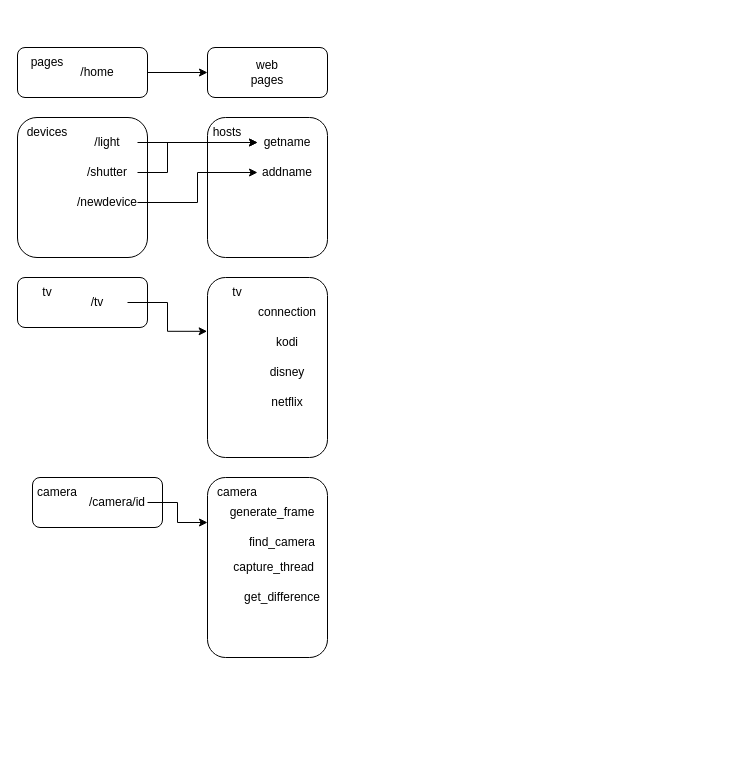
rockettarofigo/freehome keeps this draw.io diagram as documents/freehome.drawio. Above is the earlier version. Source tidied: cells renumbered, new cells numbered last; positions are measured from the earlier drawing's top-left corner, leaving out a move shared by most shapes. Both pictures are drawn from the tidied source at 100%, with x=0, y=0 at pixel (17, 47).
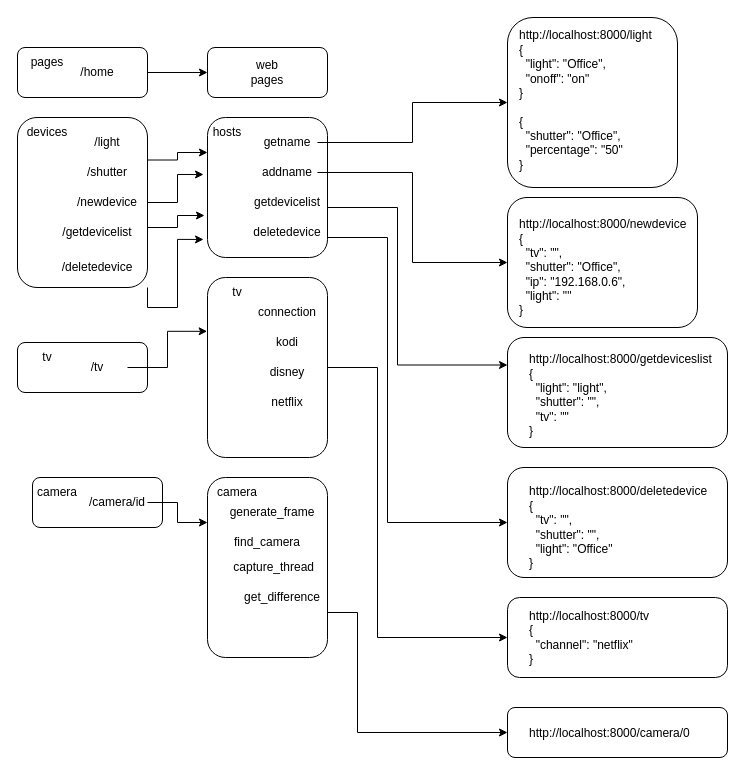
The same page after the edit.

Unchanged cells that the change refers to:
```xml
<mxCell id="2" style="rounded=1;whiteSpace=wrap;html=1;" parent="1" vertex="1">
  <mxGeometry x="190" y="70" width="120" height="140" as="geometry" />
</mxCell>
<mxCell id="8" value="/light" style="text;html=1;strokeColor=none;fillColor=none;align=center;verticalAlign=middle;whiteSpace=wrap;rounded=0;" parent="1" vertex="1">
  <mxGeometry x="60" y="80" width="60" height="30" as="geometry" />
</mxCell>
<mxCell id="11" value="/shutter" style="text;html=1;strokeColor=none;fillColor=none;align=center;verticalAlign=middle;whiteSpace=wrap;rounded=0;" parent="1" vertex="1">
  <mxGeometry x="60" y="110" width="60" height="30" as="geometry" />
</mxCell>
<mxCell id="13" value="/newdevice" style="text;html=1;strokeColor=none;fillColor=none;align=center;verticalAlign=middle;whiteSpace=wrap;rounded=0;" parent="1" vertex="1">
  <mxGeometry x="60" y="140" width="60" height="30" as="geometry" />
</mxCell>
<mxCell id="15" value="getname" style="text;html=1;strokeColor=none;fillColor=none;align=center;verticalAlign=middle;whiteSpace=wrap;rounded=0;" parent="1" vertex="1">
  <mxGeometry x="240" y="80" width="60" height="30" as="geometry" />
</mxCell>
<mxCell id="16" value="addname" style="text;html=1;strokeColor=none;fillColor=none;align=center;verticalAlign=middle;whiteSpace=wrap;rounded=0;" parent="1" vertex="1">
  <mxGeometry x="240" y="110" width="60" height="30" as="geometry" />
</mxCell>
<mxCell id="21" style="rounded=1;whiteSpace=wrap;html=1;" parent="1" vertex="1">
  <mxGeometry x="190" y="230" width="120" height="180" as="geometry" />
</mxCell>
<mxCell id="31" style="rounded=1;whiteSpace=wrap;html=1;" parent="1" vertex="1">
  <mxGeometry x="190" y="430" width="120" height="180" as="geometry" />
</mxCell>
```

Diff of the diagram source:
```diff
@@
+    <mxCell id="40" style="rounded=1;whiteSpace=wrap;html=1;" parent="1" vertex="1">
+      <mxGeometry x="490" y="150" width="190" height="130" as="geometry" />
+    </mxCell>
+    <mxCell id="41" style="rounded=1;whiteSpace=wrap;html=1;" parent="1" vertex="1">
+      <mxGeometry x="490" y="-30" width="170" height="170" as="geometry" />
+    </mxCell>
+    <mxCell id="42" style="edgeStyle=orthogonalEdgeStyle;rounded=0;jettySize=auto;html=1;exitX=1;exitY=0.75;exitDx=0;exitDy=0;entryX=0;entryY=0.25;entryDx=0;entryDy=0;" parent="1" edge="1" source="2" target="58">
+      <mxGeometry relative="1" as="geometry">
+        <Array as="points">
+          <mxPoint x="310" y="160" />
+          <mxPoint x="380" y="160" />
+          <mxPoint x="380" y="318" />
+        </Array>
+      </mxGeometry>
+    </mxCell>
+    <mxCell id="43" style="edgeStyle=orthogonalEdgeStyle;rounded=0;jettySize=auto;html=1;exitX=1;exitY=0.75;exitDx=0;exitDy=0;entryX=0;entryY=0.5;entryDx=0;entryDy=0;" parent="1" edge="1" source="2" target="60">
+      <mxGeometry relative="1" as="geometry">
+        <Array as="points">
+          <mxPoint x="310" y="190" />
+          <mxPoint x="370" y="190" />
+          <mxPoint x="370" y="475" />
+        </Array>
+      </mxGeometry>
+    </mxCell>
@@
+    <mxCell id="44" style="edgeStyle=orthogonalEdgeStyle;rounded=0;jettySize=auto;html=1;exitX=1;exitY=0.75;exitDx=0;exitDy=0;entryX=-0.025;entryY=0.7;entryDx=0;entryDy=0;entryPerimeter=0;" parent="1" edge="1" source="7" target="2">
+      <mxGeometry relative="1" as="geometry">
+        <Array as="points">
+          <mxPoint x="130" y="180" />
+          <mxPoint x="160" y="180" />
+          <mxPoint x="160" y="168" />
+        </Array>
+      </mxGeometry>
+    </mxCell>
+    <mxCell id="45" style="edgeStyle=orthogonalEdgeStyle;rounded=0;jettySize=auto;html=1;exitX=1;exitY=1;exitDx=0;exitDy=0;entryX=-0.033;entryY=0.871;entryDx=0;entryDy=0;entryPerimeter=0;" parent="1" edge="1" source="7" target="2">
+      <mxGeometry relative="1" as="geometry" />
+    </mxCell>
+    <mxCell id="46" style="edgeStyle=orthogonalEdgeStyle;rounded=0;jettySize=auto;html=1;exitX=1;exitY=0.5;exitDx=0;exitDy=0;entryX=-0.033;entryY=0.407;entryDx=0;entryDy=0;entryPerimeter=0;" parent="1" edge="1" source="7" target="2">
+      <mxGeometry relative="1" as="geometry" />
+    </mxCell>
+    <mxCell id="47" style="edgeStyle=orthogonalEdgeStyle;rounded=0;jettySize=auto;html=1;exitX=1;exitY=0.25;exitDx=0;exitDy=0;entryX=0;entryY=0.25;entryDx=0;entryDy=0;" parent="1" edge="1" source="7" target="2">
+      <mxGeometry relative="1" as="geometry" />
+    </mxCell>
     <mxCell id="7" style="rounded=1;whiteSpace=wrap;html=1;" parent="1" vertex="1">
-      <mxGeometry y="70" width="130" height="140" as="geometry" />
+      <mxGeometry y="70" width="130" height="170" as="geometry" />
     </mxCell>
@@
-    <mxCell id="10" style="edgeStyle=orthogonalEdgeStyle;rounded=0;jettySize=auto;html=1;exitX=1;exitY=0.5;exitDx=0;exitDy=0;fontFamily=Helvetica;fontColor=#000000;" parent="1" edge="1" source="11" target="15">
-      <mxGeometry relative="1" as="geometry">
-        <Array as="points">
-          <mxPoint x="150" y="125" />
-          <mxPoint x="150" y="95" />
-        </Array>
-      </mxGeometry>
-    </mxCell>
@@
-    <mxCell id="12" style="edgeStyle=orthogonalEdgeStyle;rounded=0;jettySize=auto;html=1;exitX=1;exitY=0.5;exitDx=0;exitDy=0;entryX=0;entryY=0.5;entryDx=0;entryDy=0;fontFamily=Helvetica;fontColor=#000000;" parent="1" edge="1" source="13" target="16">
-      <mxGeometry relative="1" as="geometry" />
-    </mxCell>
@@
+    <mxCell id="48" style="edgeStyle=orthogonalEdgeStyle;rounded=0;jettySize=auto;html=1;exitX=1;exitY=0.5;exitDx=0;exitDy=0;entryX=0;entryY=0.5;entryDx=0;entryDy=0;" parent="1" edge="1" source="15" target="41">
+      <mxGeometry relative="1" as="geometry" />
+    </mxCell>
@@
+    <mxCell id="49" style="edgeStyle=orthogonalEdgeStyle;rounded=0;jettySize=auto;html=1;exitX=1;exitY=0.5;exitDx=0;exitDy=0;entryX=0;entryY=0.5;entryDx=0;entryDy=0;" parent="1" edge="1" source="16" target="40">
+      <mxGeometry relative="1" as="geometry" />
+    </mxCell>
@@
     <mxCell id="17" style="rounded=1;whiteSpace=wrap;html=1;" parent="1" vertex="1">
-      <mxGeometry y="230" width="130" height="50" as="geometry" />
+      <mxGeometry y="295" width="130" height="50" as="geometry" />
     </mxCell>
@@
     <mxCell id="19" value="/tv" style="text;html=1;strokeColor=none;fillColor=none;align=center;verticalAlign=middle;whiteSpace=wrap;rounded=0;" parent="1" vertex="1">
-      <mxGeometry x="50" y="240" width="60" height="30" as="geometry" />
+      <mxGeometry x="50" y="305" width="60" height="30" as="geometry" />
     </mxCell>
     <mxCell id="20" value="tv" style="text;html=1;strokeColor=none;fillColor=none;align=center;verticalAlign=middle;whiteSpace=wrap;rounded=0;" parent="1" vertex="1">
-      <mxGeometry y="230" width="60" height="30" as="geometry" />
+      <mxGeometry y="295" width="60" height="30" as="geometry" />
     </mxCell>
+    <mxCell id="50" style="edgeStyle=orthogonalEdgeStyle;rounded=0;jettySize=auto;html=1;exitX=1;exitY=0.5;exitDx=0;exitDy=0;entryX=0;entryY=0.5;entryDx=0;entryDy=0;" parent="1" edge="1" source="21" target="62">
+      <mxGeometry relative="1" as="geometry">
+        <Array as="points">
+          <mxPoint x="360" y="320" />
+          <mxPoint x="360" y="590" />
+        </Array>
+      </mxGeometry>
+    </mxCell>
@@
+    <mxCell id="51" style="edgeStyle=orthogonalEdgeStyle;rounded=0;jettySize=auto;html=1;exitX=1;exitY=0.75;exitDx=0;exitDy=0;entryX=0;entryY=0.5;entryDx=0;entryDy=0;" parent="1" edge="1" source="31" target="64">
+      <mxGeometry relative="1" as="geometry">
+        <Array as="points">
+          <mxPoint x="340" y="565" />
+          <mxPoint x="340" y="685" />
+        </Array>
+      </mxGeometry>
+    </mxCell>
@@
     <mxCell id="34" value="find_camera" style="text;html=1;strokeColor=none;fillColor=none;align=center;verticalAlign=middle;whiteSpace=wrap;rounded=0;" parent="1" vertex="1">
-      <mxGeometry x="220" y="480" width="90" height="30" as="geometry" />
+      <mxGeometry x="205" y="480" width="90" height="30" as="geometry" />
     </mxCell>
@@
-    <mxCell id="37" style="edgeStyle=orthogonalEdgeStyle;rounded=0;jettySize=auto;html=1;exitX=1;exitY=0.5;exitDx=0;exitDy=0;entryX=0;entryY=0.5;entryDx=0;entryDy=0;fontFamily=Helvetica;fontColor=#000000;" parent="1" edge="1" source="8" target="15">
-      <mxGeometry relative="1" as="geometry" />
-    </mxCell>
@@
+    <mxCell id="52" value="&lt;div&gt;http://localhost:8000/light&lt;/div&gt;&lt;div&gt;{&lt;/div&gt;&lt;div&gt;&amp;nbsp; &quot;light&quot;: &quot;Office&quot;,&lt;/div&gt;&lt;div&gt;&amp;nbsp; &quot;onoff&quot;: &quot;on&quot;&lt;/div&gt;&lt;div&gt;}&lt;/div&gt;&lt;div&gt;&lt;br&gt;&lt;/div&gt;&lt;div&gt;{&lt;/div&gt;&lt;div&gt;&amp;nbsp; &quot;shutter&quot;: &quot;Office&quot;,&lt;/div&gt;&amp;nbsp; &quot;percentage&quot;: &quot;50&quot;&lt;div&gt;&lt;span style=&quot;background-color: initial;&quot;&gt;}&lt;/span&gt;&lt;br&gt;&lt;/div&gt;&lt;div&gt;&lt;br&gt;&lt;/div&gt;" style="text;html=1;strokeColor=none;fillColor=none;align=left;verticalAlign=middle;whiteSpace=wrap;rounded=0;" parent="1" vertex="1">
+      <mxGeometry x="500" y="-20" width="150" height="160" as="geometry" />
+    </mxCell>
+    <mxCell id="53" value="&lt;div&gt;&lt;div&gt;http://localhost:8000/newdevice&lt;/div&gt;&lt;div&gt;{&lt;/div&gt;&lt;div&gt;&amp;nbsp; &quot;tv&quot;: &quot;&quot;,&lt;/div&gt;&lt;div&gt;&amp;nbsp; &quot;shutter&quot;: &quot;Office&quot;,&lt;/div&gt;&lt;div&gt;&amp;nbsp; &quot;ip&quot;: &quot;192.168.0.6&quot;,&amp;nbsp;&lt;/div&gt;&lt;div&gt;&amp;nbsp; &quot;light&quot;: &quot;&quot;&lt;/div&gt;&lt;div&gt;}&lt;/div&gt;&lt;/div&gt;" style="text;html=1;strokeColor=none;fillColor=none;align=left;verticalAlign=middle;whiteSpace=wrap;rounded=0;" parent="1" vertex="1">
+      <mxGeometry x="500" y="150" width="180" height="140" as="geometry" />
+    </mxCell>
+    <mxCell id="54" value="/deletedevice" style="text;html=1;strokeColor=none;fillColor=none;align=center;verticalAlign=middle;whiteSpace=wrap;rounded=0;" parent="1" vertex="1">
+      <mxGeometry x="50" y="205" width="60" height="30" as="geometry" />
+    </mxCell>
+    <mxCell id="55" value="getdevicelist" style="text;html=1;strokeColor=none;fillColor=none;align=center;verticalAlign=middle;whiteSpace=wrap;rounded=0;" parent="1" vertex="1">
+      <mxGeometry x="240" y="140" width="60" height="30" as="geometry" />
+    </mxCell>
+    <mxCell id="56" value="deletedevice" style="text;html=1;strokeColor=none;fillColor=none;align=center;verticalAlign=middle;whiteSpace=wrap;rounded=0;" parent="1" vertex="1">
+      <mxGeometry x="240" y="170" width="60" height="30" as="geometry" />
+    </mxCell>
+    <mxCell id="57" value="/getdevicelist" style="text;html=1;strokeColor=none;fillColor=none;align=center;verticalAlign=middle;whiteSpace=wrap;rounded=0;" parent="1" vertex="1">
+      <mxGeometry x="50" y="170" width="60" height="30" as="geometry" />
+    </mxCell>
+    <mxCell id="58" style="rounded=1;whiteSpace=wrap;html=1;" parent="1" vertex="1">
+      <mxGeometry x="490" y="290" width="220" height="110" as="geometry" />
+    </mxCell>
+    <mxCell id="59" value="&lt;div&gt;http://localhost:8000/getdeviceslist&lt;/div&gt;&lt;div&gt;{&lt;/div&gt;&lt;div&gt;&amp;nbsp; &quot;light&quot;: &quot;light&quot;,&lt;/div&gt;&lt;div&gt;&amp;nbsp; &quot;shutter&quot;: &quot;&quot;,&lt;/div&gt;&lt;div&gt;&amp;nbsp; &quot;tv&quot;: &quot;&quot;&lt;/div&gt;&lt;div&gt;}&lt;/div&gt;&lt;div&gt;&lt;br&gt;&lt;/div&gt;" style="text;html=1;strokeColor=none;fillColor=none;align=left;verticalAlign=middle;whiteSpace=wrap;rounded=0;" parent="1" vertex="1">
+      <mxGeometry x="510" y="305" width="180" height="100" as="geometry" />
+    </mxCell>
+    <mxCell id="60" style="rounded=1;whiteSpace=wrap;html=1;" parent="1" vertex="1">
+      <mxGeometry x="490" y="420" width="220" height="110" as="geometry" />
+    </mxCell>
+    <mxCell id="61" value="&lt;div&gt;&lt;div&gt;http://localhost:8000/deletedevice&lt;/div&gt;&lt;div&gt;{&lt;/div&gt;&lt;div&gt;&amp;nbsp; &quot;tv&quot;: &quot;&quot;,&lt;/div&gt;&lt;div&gt;&amp;nbsp; &quot;shutter&quot;: &quot;&quot;,&lt;/div&gt;&lt;div&gt;&amp;nbsp; &quot;light&quot;: &quot;Office&quot;&lt;/div&gt;&lt;div&gt;}&lt;/div&gt;&lt;/div&gt;" style="text;html=1;strokeColor=none;fillColor=none;align=left;verticalAlign=middle;whiteSpace=wrap;rounded=0;" parent="1" vertex="1">
+      <mxGeometry x="510" y="430" width="180" height="100" as="geometry" />
+    </mxCell>
+    <mxCell id="62" style="rounded=1;whiteSpace=wrap;html=1;" parent="1" vertex="1">
+      <mxGeometry x="490" y="550" width="220" height="80" as="geometry" />
+    </mxCell>
+    <mxCell id="63" value="&lt;div&gt;http://localhost:8000/tv&lt;/div&gt;&lt;div&gt;{&lt;/div&gt;&lt;div&gt;&amp;nbsp; &quot;channel&quot;: &quot;netflix&quot;&lt;/div&gt;&lt;div&gt;}&lt;/div&gt;" style="text;html=1;strokeColor=none;fillColor=none;align=left;verticalAlign=middle;whiteSpace=wrap;rounded=0;" parent="1" vertex="1">
+      <mxGeometry x="510" y="555" width="180" height="70" as="geometry" />
+    </mxCell>
+    <mxCell id="64" style="rounded=1;whiteSpace=wrap;html=1;" parent="1" vertex="1">
+      <mxGeometry x="490" y="660" width="220" height="50" as="geometry" />
+    </mxCell>
+    <mxCell id="65" value="&lt;div&gt;http://localhost:8000/camera/0&lt;/div&gt;&lt;div&gt;&lt;br&gt;&lt;/div&gt;" style="text;html=1;strokeColor=none;fillColor=none;align=left;verticalAlign=middle;whiteSpace=wrap;rounded=0;" parent="1" vertex="1">
+      <mxGeometry x="510" y="680" width="180" height="25" as="geometry" />
+    </mxCell>
```
